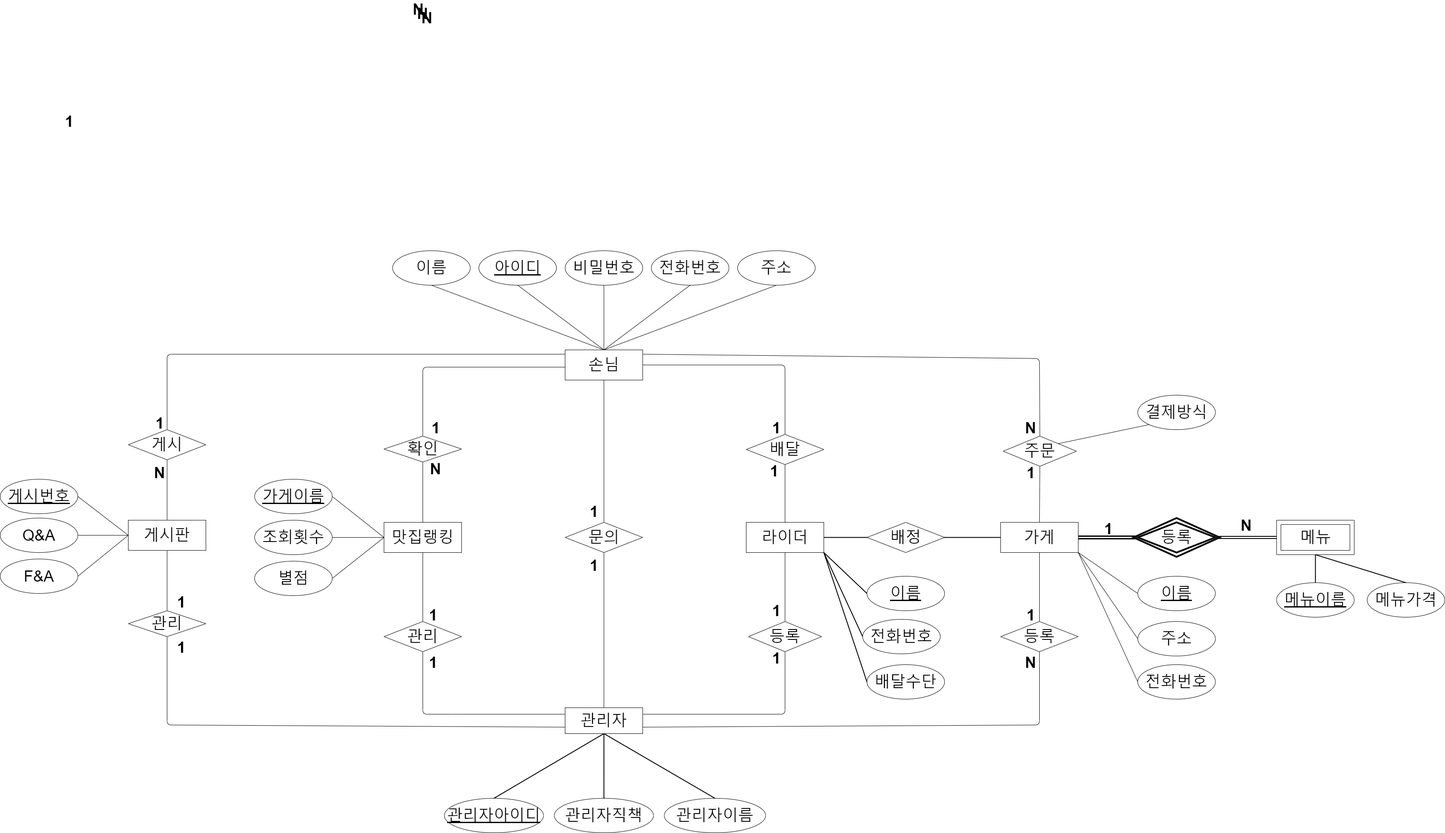
This is third.png from 2eunbi/OpenSoftware_database_, a draw.io export, as it was before one commit. Source tidied: cells renumbered, new cells last; positions are measured from the earlier drawing's top-left corner, leaving out a move shared by most shapes.
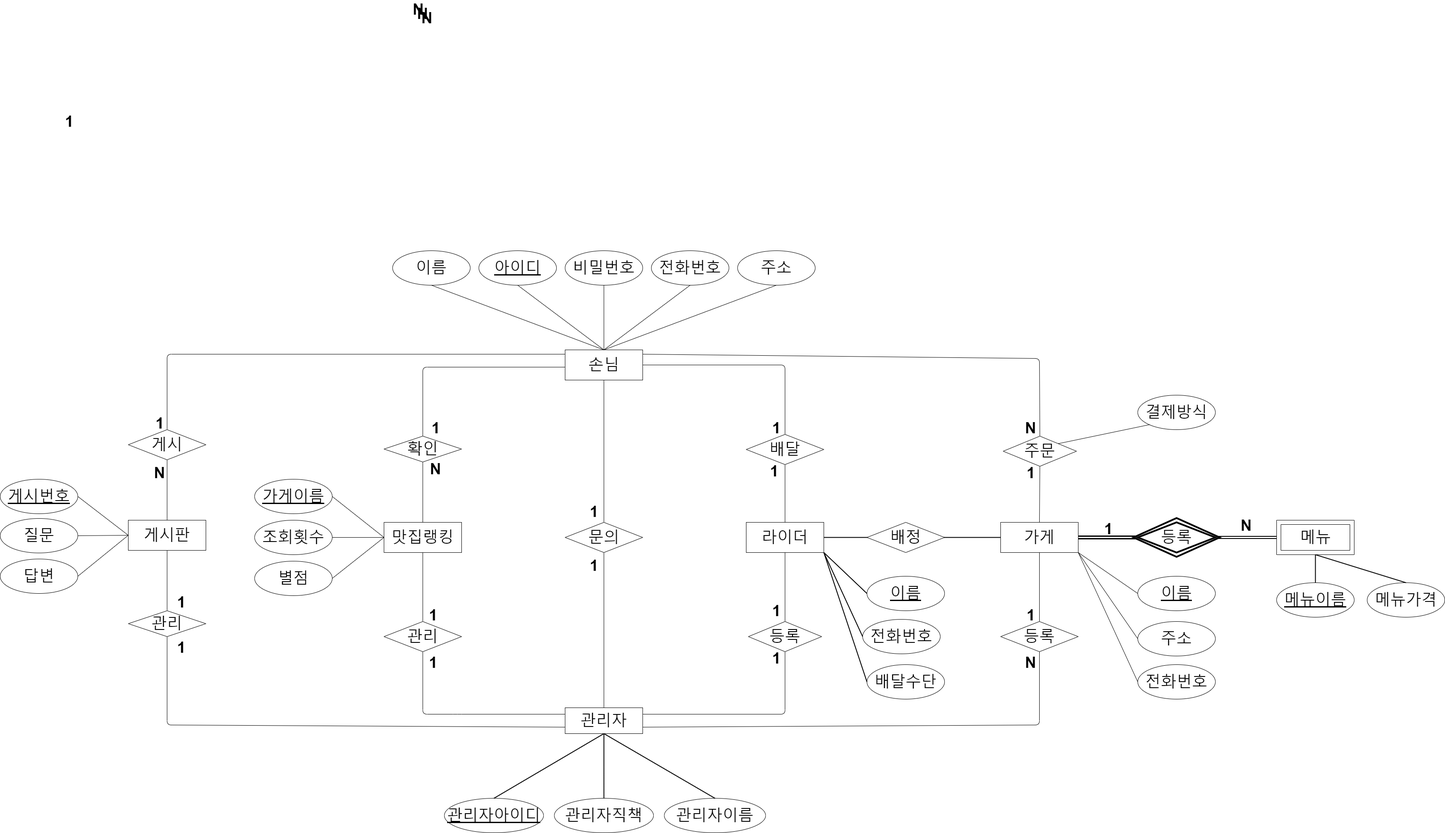
After the commit.

The edit, as a diff of the source:
```diff
@@ -149,13 +149,13 @@
     <mxCell id="38" value="&lt;font style=&quot;font-size: 36px&quot;&gt;별점&lt;/font&gt;" style="ellipse;whiteSpace=wrap;html=1;" parent="1" vertex="1">
       <mxGeometry x="590" y="1290" width="180" height="80" as="geometry" />
     </mxCell>
-    <mxCell id="39" value="&lt;font style=&quot;font-size: 36px&quot;&gt;Q&amp;amp;A&lt;/font&gt;" style="ellipse;whiteSpace=wrap;html=1;" parent="1" vertex="1">
-      <mxGeometry y="1190" width="180" height="80" as="geometry" />
+    <mxCell id="39" value="&lt;span style=&quot;font-size: 36px&quot;&gt;질문&lt;/span&gt;" style="ellipse;whiteSpace=wrap;html=1;" parent="1" vertex="1">
+      <mxGeometry y="1191" width="180" height="80" as="geometry" />
     </mxCell>
     <mxCell id="40" value="&lt;u&gt;&lt;font style=&quot;font-size: 36px&quot;&gt;아이디&lt;/font&gt;&lt;/u&gt;" style="ellipse;whiteSpace=wrap;html=1;" parent="1" vertex="1">
       <mxGeometry x="1110" y="570" width="180" height="80" as="geometry" />
     </mxCell>
-    <mxCell id="41" value="&lt;font style=&quot;font-size: 36px&quot;&gt;F&amp;amp;A&lt;/font&gt;" style="ellipse;whiteSpace=wrap;html=1;" parent="1" vertex="1">
+    <mxCell id="41" value="&lt;font style=&quot;font-size: 36px&quot;&gt;답변&lt;/font&gt;" style="ellipse;whiteSpace=wrap;html=1;" parent="1" vertex="1">
       <mxGeometry y="1285" width="180" height="80" as="geometry" />
     </mxCell>
     <mxCell id="42" value="&lt;font style=&quot;font-size: 36px&quot;&gt;&lt;u&gt;게시번호&lt;/u&gt;&lt;/font&gt;" style="ellipse;whiteSpace=wrap;html=1;" parent="1" vertex="1">
```
